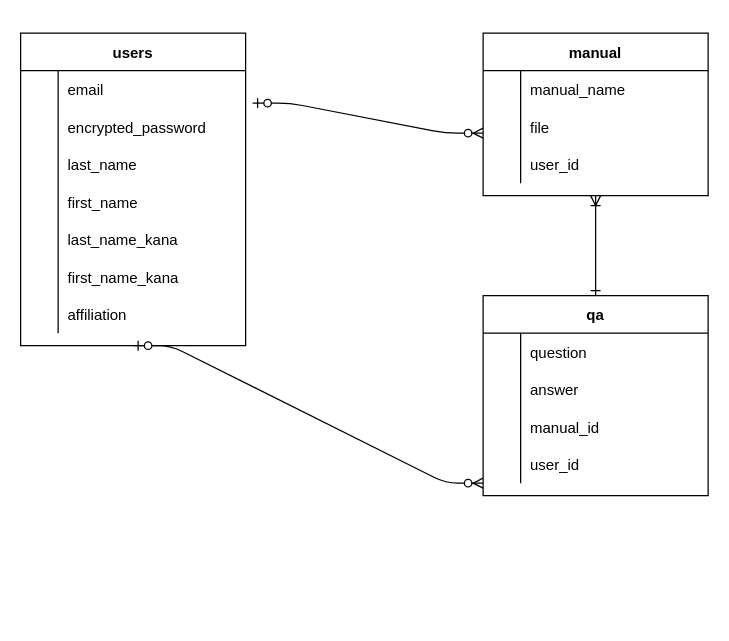
Above: test.dio in yohikazu-shibuya/share_works (draw.io), before the change. Source tidied: cells renumbered, new cells numbered last; positions are measured from the earlier drawing's top-left corner, leaving out a move shared by most shapes. Both pictures are drawn from the tidied source at 125%, with x=0, y=0 at pixel (20, 32).
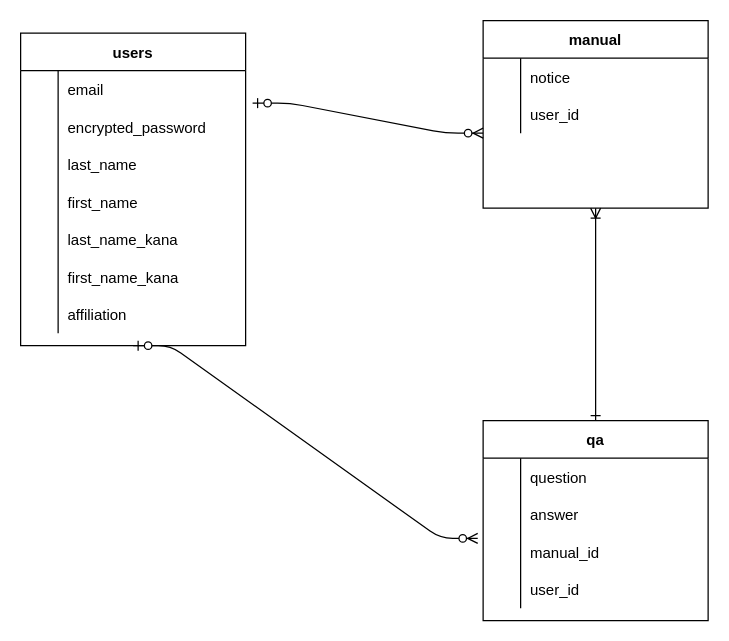
After the change.

Unchanged cells that the change refers to:
```xml
<mxCell id="2" value="users" style="shape=table;startSize=30;childLayout=tableLayout;rowLines=0;fontStyle=1;align=center;fillColor=none;" parent="1" vertex="1">
  <mxGeometry width="180" height="250" as="geometry" />
</mxCell>
<mxCell id="26" style="shape=partialRectangle;fillColor=none;top=0;left=0;bottom=0;right=0;" parent="25" vertex="1">
  <mxGeometry y="30" width="180" height="30" as="geometry" />
</mxCell>
<mxCell id="39" style="shape=partialRectangle;fillColor=none;top=0;left=0;bottom=0;right=0;points=[[0,0.5],[1,0.5]];portConstraint=eastwest;" parent="35" vertex="1">
  <mxGeometry y="60" width="180" height="30" as="geometry" />
</mxCell>
```

Diff of the diagram source:
```diff
@@
     <mxCell id="25" value="manual" style="shape=table;startSize=30;childLayout=tableLayout;rowLines=0;fontStyle=1;align=center;fillColor=none;" parent="1" vertex="1">
-      <mxGeometry x="370" width="180" height="130" as="geometry" />
+      <mxGeometry x="370" y="-10" width="180" height="150" as="geometry" />
     </mxCell>
@@
-    <mxCell id="28" value="manual_name" style="shape=partialRectangle;fillColor=none;top=0;left=0;bottom=0;right=0;align=left;spacingLeft=6;overflow=hidden;" parent="26" vertex="1">
+    <mxCell id="28" value="notice" style="shape=partialRectangle;fillColor=none;top=0;left=0;bottom=0;right=0;align=left;spacingLeft=6;overflow=hidden;" parent="26" vertex="1">
       <mxGeometry x="30" width="150" height="30" as="geometry" />
     </mxCell>
-    <mxCell id="29" style="shape=partialRectangle;fillColor=none;top=0;left=0;bottom=0;right=0;" parent="25" vertex="1">
-      <mxGeometry y="60" width="180" height="30" as="geometry" />
-    </mxCell>
-    <mxCell id="30" style="shape=partialRectangle;fillColor=none;top=0;left=0;bottom=0;right=0;overflow=hidden;" parent="29" vertex="1">
-      <mxGeometry width="30" height="30" as="geometry" />
-    </mxCell>
-    <mxCell id="31" value="file" style="shape=partialRectangle;fillColor=none;top=0;left=0;bottom=0;right=0;align=left;spacingLeft=6;overflow=hidden;" parent="29" vertex="1">
-      <mxGeometry x="30" width="150" height="30" as="geometry" />
-    </mxCell>
     <mxCell id="32" style="shape=partialRectangle;fillColor=none;top=0;left=0;bottom=0;right=0;" parent="25" vertex="1">
-      <mxGeometry y="90" width="180" height="30" as="geometry" />
+      <mxGeometry y="60" width="180" height="30" as="geometry" />
     </mxCell>
@@
     <mxCell id="35" value="qa" style="shape=table;startSize=30;childLayout=tableLayout;rowLines=0;fontStyle=1;align=center;fillColor=none;" parent="1" vertex="1">
-      <mxGeometry x="370" y="210" width="180" height="160" as="geometry" />
+      <mxGeometry x="370" y="310" width="180" height="160" as="geometry" />
     </mxCell>
@@
-    <mxCell id="49" style="edgeStyle=entityRelationEdgeStyle;fontSize=12;html=1;endArrow=ERzeroToMany;startArrow=ERzeroToOne;exitX=0.5;exitY=1;exitDx=0;exitDy=0;" parent="1" edge="1" source="2">
-      <mxGeometry relative="1" as="geometry">
-        <mxPoint x="370" y="360" as="targetPoint" />
-      </mxGeometry>
+    <mxCell id="49" style="edgeStyle=entityRelationEdgeStyle;fontSize=12;html=1;endArrow=ERzeroToMany;startArrow=ERzeroToOne;exitX=0.5;exitY=1;exitDx=0;exitDy=0;entryX=-0.024;entryY=1.14;entryDx=0;entryDy=0;entryPerimeter=0;" parent="1" edge="1" source="2" target="39">
+      <mxGeometry relative="1" as="geometry" />
     </mxCell>
```
